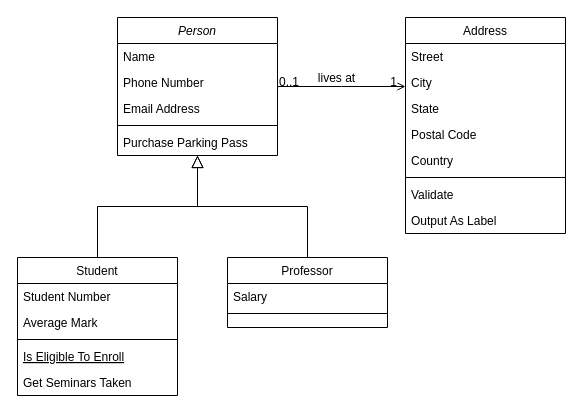
Earlier version of the draw.io diagram Untitled Diagram.drawio (1029CS/iDTech_JavaScript_Bootcamp). Source tidied: cells renumbered, new cells numbered last; positions are measured from the earlier drawing's top-left corner, leaving out a move shared by most shapes. Both pictures are drawn from the tidied source at 100%, with x=0, y=0 at pixel (17, 17).
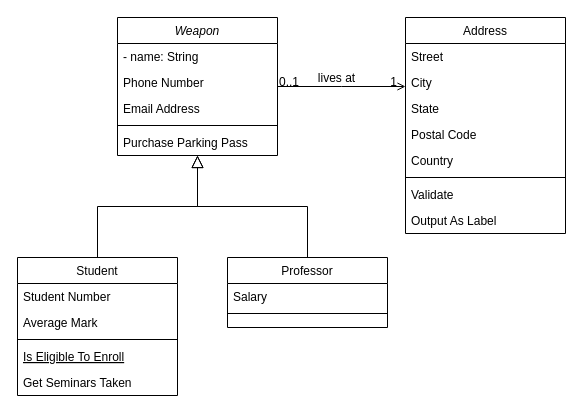
Above is the later version.

Diff of the diagram source:
```diff
@@
-    <mxCell id="2" value="Person" style="swimlane;fontStyle=2;align=center;verticalAlign=top;horizontal=1;startSize=26;rounded=0;shadow=0;strokeWidth=1;" parent="1" vertex="1">
+    <mxCell id="2" value="Weapon" style="swimlane;fontStyle=2;align=center;verticalAlign=top;horizontal=1;startSize=26;rounded=0;shadow=0;strokeWidth=1;" parent="1" vertex="1">
       <mxGeometry x="100" width="160" height="138" as="geometry" />
     </mxCell>
-    <mxCell id="3" value="Name" style="text;align=left;verticalAlign=top;spacingLeft=4;spacingRight=4;overflow=hidden;" parent="2" vertex="1">
+    <mxCell id="3" value="- name: String" style="text;align=left;verticalAlign=top;spacingLeft=4;spacingRight=4;overflow=hidden;" parent="2" vertex="1">
       <mxGeometry y="26" width="160" height="26" as="geometry" />
     </mxCell>
```
